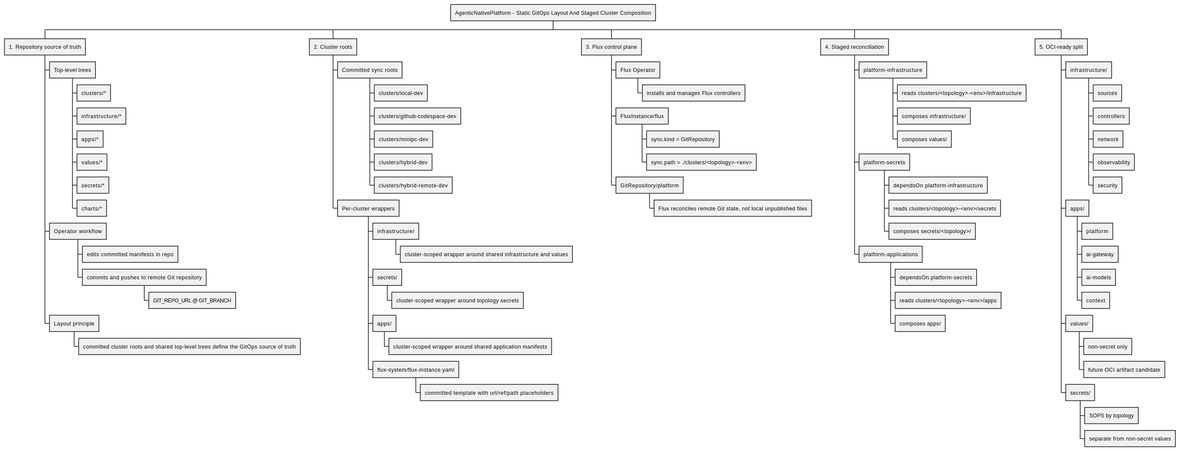
Earlier version of the PlantUML export .assets/architecture-current-profiles-wbs.svg (Shkirmantsev/AgenticNativePlatform).
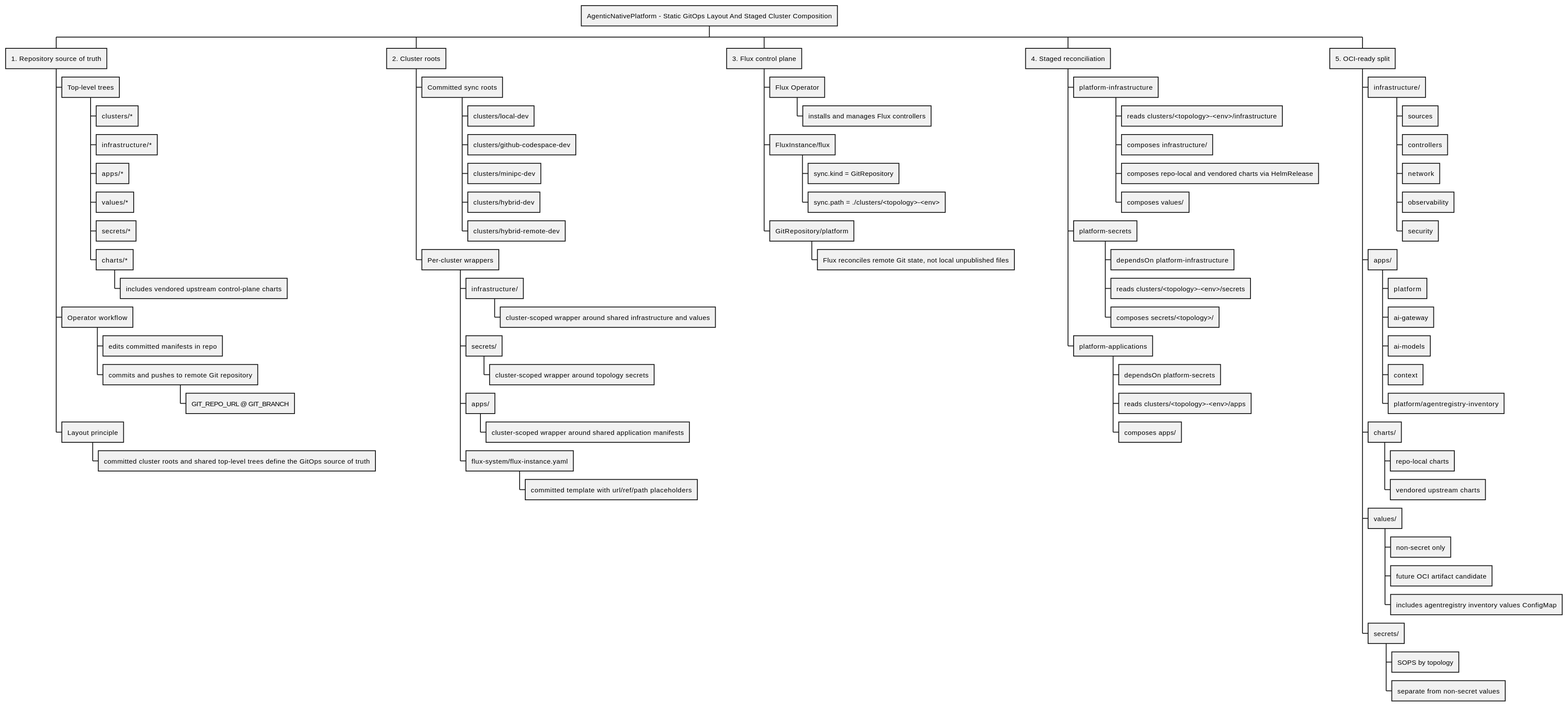
After the commit.

Diff of the diagram source:
```diff
@@ -8,6 +8,7 @@
 **** values/*
 **** secrets/*
 **** charts/*
+***** includes vendored upstream control-plane charts
 *** Operator workflow
 **** edits committed manifests in repo
 **** commits and pushes to remote Git repository
@@ -45,6 +46,7 @@
 *** platform-infrastructure
 **** reads clusters/<topology>-<env>/infrastructure
 **** composes infrastructure/
+**** composes repo-local and vendored charts via HelmRelease
 **** composes values/
 *** platform-secrets
 **** dependsOn platform-infrastructure
@@ -67,9 +69,14 @@
 **** ai-gateway
 **** ai-models
 **** context
+**** platform/agentregistry-inventory
+*** charts/
+**** repo-local charts
+**** vendored upstream charts
 *** values/
 **** non-secret only
 **** future OCI artifact candidate
+**** includes agentregistry inventory values ConfigMap
 *** secrets/
 **** SOPS by topology
 **** separate from non-secret values
```
